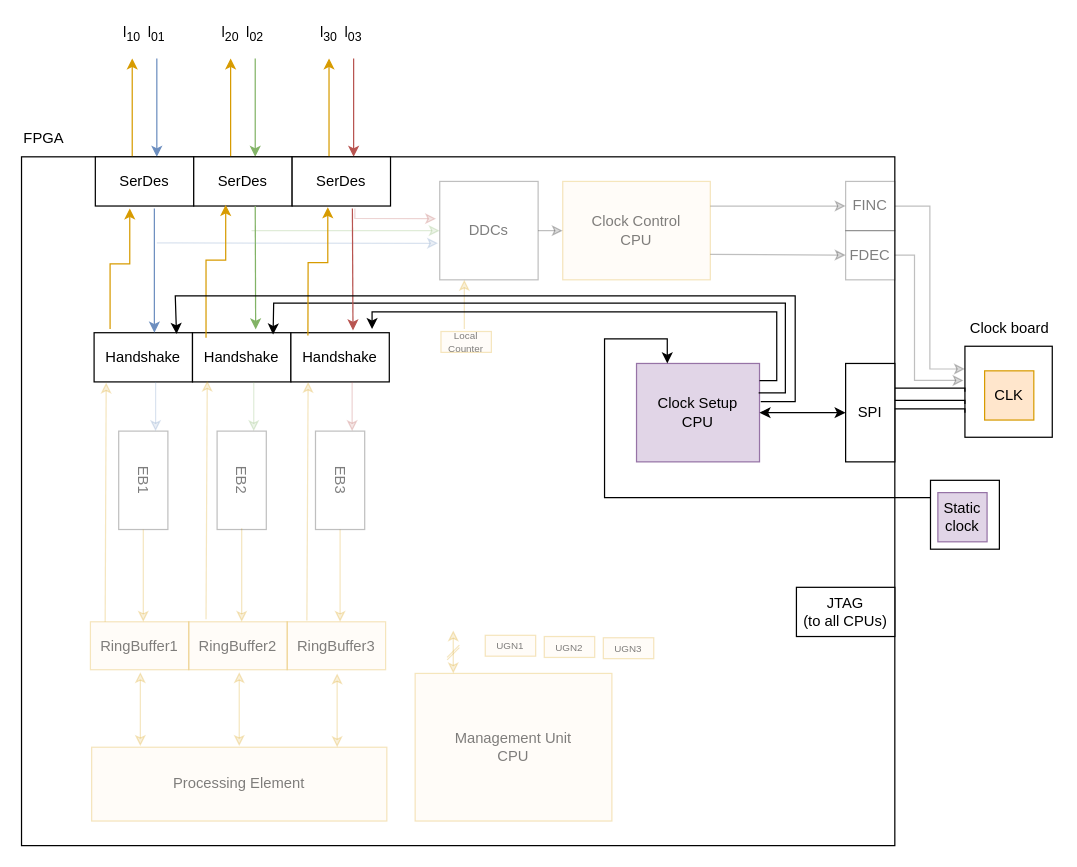
The draw.io diagram docs/diagrams/bittide-boot-diagram.drawio in bittide/bittide-hardware, before the edit. Source tidied: cells renumbered, new cells numbered last; positions are measured from the earlier drawing's top-left corner, leaving out a move shared by most shapes. Both pictures are drawn from the tidied source at 123%, with x=0, y=0 at pixel (21, 21).
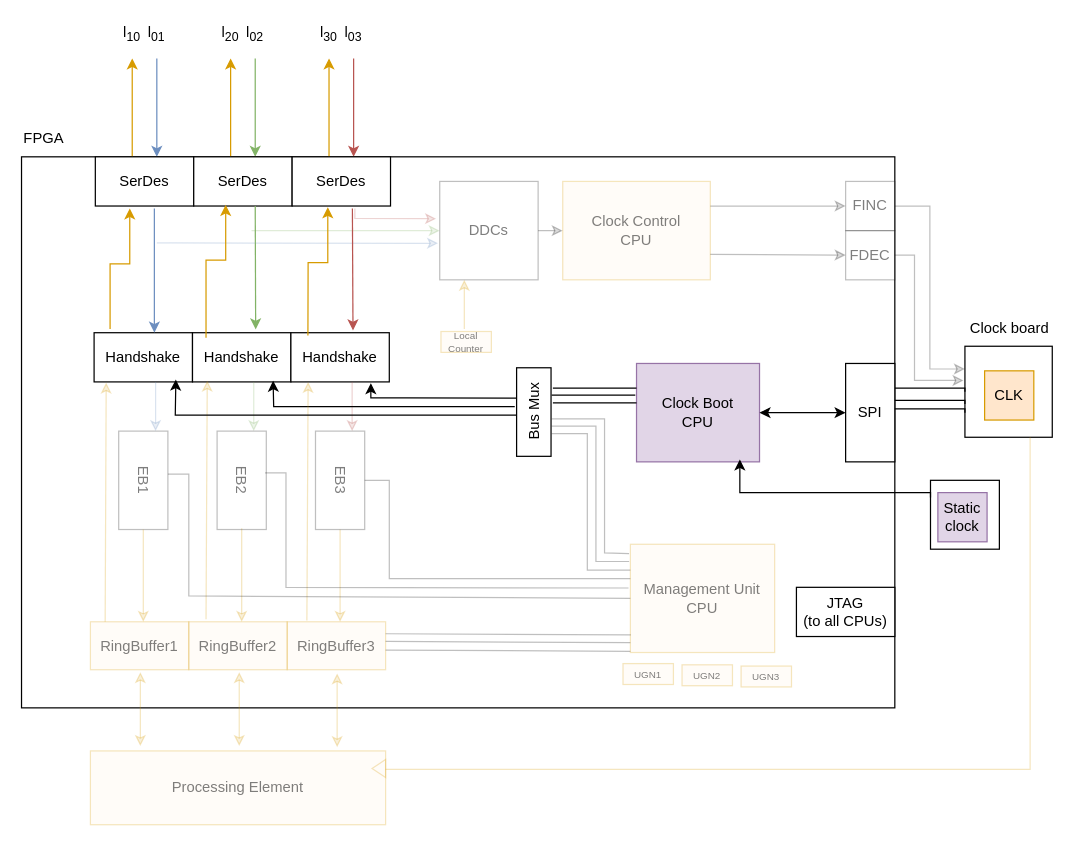
Above is the later version.

Unchanged cells that the change refers to:
```xml
<mxCell id="3" style="rounded=0;whiteSpace=wrap;html=1;fillOpacity=100;strokeOpacity=100;" parent="1" vertex="1">
  <mxGeometry x="739" y="373" width="56" height="56" as="geometry" />
</mxCell>
<mxCell id="15" value="Handshake" style="rounded=0;whiteSpace=wrap;html=1;fillOpacity=100;strokeOpacity=100;" parent="1" vertex="1">
  <mxGeometry x="59" y="253" width="80" height="40" as="geometry" />
</mxCell>
<mxCell id="16" value="Handshake" style="rounded=0;whiteSpace=wrap;html=1;fillOpacity=100;strokeOpacity=100;" parent="1" vertex="1">
  <mxGeometry x="139" y="253" width="80" height="40" as="geometry" />
</mxCell>
<mxCell id="51" value="EB3" style="rounded=0;whiteSpace=wrap;html=1;rotation=90;fillOpacity=15;strokeOpacity=25;textOpacity=50;" parent="1" vertex="1">
  <mxGeometry x="219" y="353" width="80" height="40" as="geometry" />
</mxCell>
<mxCell id="56" value="RingBuffer3" style="rounded=0;whiteSpace=wrap;html=1;fillColor=#ffe6cc;strokeColor=#d79b00;fillOpacity=15;strokeOpacity=25;arcSize=12;textOpacity=50;" parent="1" vertex="1">
  <mxGeometry x="216" y="488" width="80" height="39" as="geometry" />
</mxCell>
```

What changed in the source:
```diff
@@
     <mxCell id="4" style="rounded=0;whiteSpace=wrap;html=1;" parent="1" vertex="1">
-      <mxGeometry y="110" width="710" height="560" as="geometry" />
+      <mxGeometry y="110" width="710" height="448" as="geometry" />
     </mxCell>
@@
-    <mxCell id="43" value="&lt;div&gt;Clock Setup&lt;/div&gt;&lt;div&gt;CPU&lt;/div&gt;" style="rounded=0;whiteSpace=wrap;html=1;fillColor=#e1d5e7;strokeColor=#9673a6;fillOpacity=100;strokeOpacity=100;" parent="1" vertex="1">
+    <mxCell id="43" value="&lt;div&gt;Clock Boot&lt;/div&gt;&lt;div&gt;CPU&lt;/div&gt;" style="rounded=0;whiteSpace=wrap;html=1;fillColor=#e1d5e7;strokeColor=#9673a6;fillOpacity=100;strokeOpacity=100;" parent="1" vertex="1">
       <mxGeometry x="500" y="278" width="100" height="80" as="geometry" />
     </mxCell>
@@
     <mxCell id="52" value="&lt;div&gt;Processing Element&lt;/div&gt;" style="rounded=0;whiteSpace=wrap;html=1;fillColor=#ffe6cc;strokeColor=#d79b00;fillOpacity=15;strokeOpacity=25;arcSize=12;textOpacity=50;" parent="1" vertex="1">
-      <mxGeometry x="57" y="590" width="240" height="60" as="geometry" />
+      <mxGeometry x="56" y="593" width="240" height="60" as="geometry" />
     </mxCell>
@@
     <mxCell id="60" value="&lt;div&gt;Management Unit&lt;/div&gt;&lt;div&gt;CPU&lt;/div&gt;" style="rounded=0;whiteSpace=wrap;html=1;fillColor=#ffe6cc;strokeColor=#d79b00;fillOpacity=15;strokeOpacity=25;textOpacity=50;" parent="1" vertex="1">
-      <mxGeometry x="320" y="530" width="160" height="120" as="geometry" />
+      <mxGeometry x="495" y="425" width="117.3" height="88" as="geometry" />
     </mxCell>
@@
     <mxCell id="62" value="UGN1" style="rounded=0;whiteSpace=wrap;html=1;fillColor=#ffe6cc;strokeColor=#d79b00;fontSize=8;fillOpacity=15;strokeOpacity=25;textOpacity=50;" parent="1" vertex="1">
-      <mxGeometry x="377" y="499" width="41" height="17" as="geometry" />
+      <mxGeometry x="489" y="522" width="41" height="17" as="geometry" />
     </mxCell>
-    <mxCell id="63" style="group;fillOpacity=15;strokeOpacity=25;textOpacity=50;" parent="1" vertex="1">
-      <mxGeometry x="346" y="495" width="10" height="35" as="geometry" />
-    </mxCell>
-    <mxCell id="64" style="endArrow=classic;html=1;rounded=0;fillColor=#ffe6cc;strokeColor=#d79b00;startArrow=classic;startFill=1;fillOpacity=15;strokeOpacity=25;textOpacity=50;" parent="63" edge="1">
-      <mxGeometry relative="1" as="geometry">
-        <mxPoint x="5" as="sourcePoint" />
-        <mxPoint x="5" y="35" as="targetPoint" />
-      </mxGeometry>
-    </mxCell>
-    <mxCell id="65" style="endArrow=none;html=1;rounded=0;fillColor=#ffe6cc;strokeColor=#d79b00;fillOpacity=15;strokeOpacity=25;textOpacity=50;" parent="63" edge="1">
-      <mxGeometry relative="1" as="geometry">
-        <mxPoint y="24" as="sourcePoint" />
-        <mxPoint x="10" y="14" as="targetPoint" />
-      </mxGeometry>
-    </mxCell>
-    <mxCell id="66" style="endArrow=none;html=1;rounded=0;fillColor=#ffe6cc;strokeColor=#d79b00;fillOpacity=15;strokeOpacity=25;textOpacity=50;" parent="63" edge="1">
-      <mxGeometry relative="1" as="geometry">
-        <mxPoint y="22" as="sourcePoint" />
-        <mxPoint x="10" y="12" as="targetPoint" />
-      </mxGeometry>
-    </mxCell>
-    <mxCell id="67" style="edgeStyle=orthogonalEdgeStyle;rounded=0;jettySize=auto;html=1;exitX=0;exitY=0.25;exitDx=0;exitDy=0;entryX=0.25;entryY=0;entryDx=0;entryDy=0;fillOpacity=100;strokeOpacity=100;" parent="1" edge="1" source="3" target="43">
+    <mxCell id="67" style="edgeStyle=orthogonalEdgeStyle;rounded=0;jettySize=auto;html=1;exitX=0;exitY=0.25;exitDx=0;exitDy=0;entryX=0.84;entryY=0.975;entryDx=0;entryDy=0;fillOpacity=100;strokeOpacity=100;entryPerimeter=0;" parent="1" edge="1" source="3" target="43">
       <mxGeometry relative="1" as="geometry">
         <Array as="points">
-          <mxPoint x="474" y="387" />
-          <mxPoint x="474" y="258" />
-          <mxPoint x="525" y="258" />
+          <mxPoint x="739" y="383" />
+          <mxPoint x="584" y="383" />
         </Array>
       </mxGeometry>
     </mxCell>
@@
-    <mxCell id="72" style="endArrow=classic;html=1;rounded=0;exitX=0.993;exitY=0.298;exitDx=0;exitDy=0;exitPerimeter=0;fillOpacity=100;strokeOpacity=100;entryX=0.819;entryY=0.037;entryDx=0;entryDy=0;entryPerimeter=0;" parent="1" edge="1" source="43" target="16">
+    <mxCell id="72" style="endArrow=classic;html=1;rounded=0;fillOpacity=100;strokeOpacity=100;entryX=0.819;entryY=0.975;entryDx=0;entryDy=0;entryPerimeter=0;" parent="1" edge="1" target="16">
       <mxGeometry relative="1" as="geometry">
+        <mxPoint x="401" y="313" as="sourcePoint" />
         <Array as="points">
-          <mxPoint x="621" y="302" />
-          <mxPoint x="621" y="229" />
-          <mxPoint x="205" y="229" />
+          <mxPoint x="327" y="313" />
+          <mxPoint x="334" y="313" />
+          <mxPoint x="205" y="313" />
         </Array>
       </mxGeometry>
     </mxCell>
-    <mxCell id="73" style="endArrow=classic;html=1;rounded=0;fillOpacity=100;strokeOpacity=100;" parent="1" edge="1">
+    <mxCell id="73" style="endArrow=classic;html=1;rounded=0;fillOpacity=100;strokeOpacity=100;exitX=0.656;exitY=0.007;exitDx=0;exitDy=0;exitPerimeter=0;" parent="1" edge="1" source="86">
       <mxGeometry relative="1" as="geometry">
-        <mxPoint x="600" y="292" as="sourcePoint" />
-        <mxPoint x="285" y="250" as="targetPoint" />
+        <mxPoint x="284" y="294" as="targetPoint" />
         <Array as="points">
-          <mxPoint x="614" y="292" />
-          <mxPoint x="614" y="236" />
-          <mxPoint x="285" y="236" />
+          <mxPoint x="313" y="306" />
+          <mxPoint x="284" y="306" />
         </Array>
       </mxGeometry>
     </mxCell>
@@
     <mxCell id="79" value="UGN2" style="rounded=0;whiteSpace=wrap;html=1;fillColor=#ffe6cc;strokeColor=#d79b00;fontSize=8;fillOpacity=15;strokeOpacity=25;textOpacity=50;" parent="1" vertex="1">
-      <mxGeometry x="425" y="500" width="41" height="17" as="geometry" />
+      <mxGeometry x="537" y="523" width="41" height="17" as="geometry" />
     </mxCell>
     <mxCell id="80" value="UGN3" style="rounded=0;whiteSpace=wrap;html=1;fillColor=#ffe6cc;strokeColor=#d79b00;fontSize=8;fillOpacity=15;strokeOpacity=25;textOpacity=50;" parent="1" vertex="1">
-      <mxGeometry x="473" y="501" width="41" height="17" as="geometry" />
+      <mxGeometry x="585" y="524" width="41" height="17" as="geometry" />
     </mxCell>
@@
-    <mxCell id="85" style="endArrow=classic;html=1;rounded=0;fillOpacity=100;strokeOpacity=100;entryX=0.819;entryY=-0.004;entryDx=0;entryDy=0;entryPerimeter=0;exitX=0.995;exitY=0.373;exitDx=0;exitDy=0;exitPerimeter=0;" parent="1" edge="1">
+    <mxCell id="85" style="endArrow=classic;html=1;rounded=0;fillOpacity=100;strokeOpacity=100;entryX=0.831;entryY=0.952;entryDx=0;entryDy=0;entryPerimeter=0;" parent="1" edge="1" target="15">
       <mxGeometry relative="1" as="geometry">
-        <mxPoint x="601" y="309" as="sourcePoint" />
-        <mxPoint x="126" y="254" as="targetPoint" />
+        <mxPoint x="404" y="320" as="sourcePoint" />
         <Array as="points">
-          <mxPoint x="629" y="309" />
-          <mxPoint x="629" y="223" />
-          <mxPoint x="125" y="223" />
+          <mxPoint x="341" y="320" />
+          <mxPoint x="125" y="320" />
         </Array>
       </mxGeometry>
     </mxCell>
+    <mxCell id="86" value="Bus Mux" style="rounded=0;whiteSpace=wrap;html=1;rotation=-90;" parent="1" vertex="1">
+      <mxGeometry x="380.5" y="303.5" width="72" height="28" as="geometry" />
+    </mxCell>
+    <mxCell id="87" style="endArrow=none;html=1;rounded=0;entryX=0;entryY=0.25;entryDx=0;entryDy=0;" parent="1" edge="1" target="43">
+      <mxGeometry relative="1" as="geometry">
+        <mxPoint x="432" y="298" as="sourcePoint" />
+      </mxGeometry>
+    </mxCell>
+    <mxCell id="88" style="endArrow=none;html=1;rounded=0;entryX=0;entryY=0.25;entryDx=0;entryDy=0;" parent="1" edge="1">
+      <mxGeometry relative="1" as="geometry">
+        <mxPoint x="431" y="303.7" as="sourcePoint" />
+        <mxPoint x="499" y="303.7" as="targetPoint" />
+      </mxGeometry>
+    </mxCell>
+    <mxCell id="89" style="endArrow=none;html=1;rounded=0;entryX=0;entryY=0.25;entryDx=0;entryDy=0;" parent="1" edge="1">
+      <mxGeometry relative="1" as="geometry">
+        <mxPoint x="432" y="310" as="sourcePoint" />
+        <mxPoint x="500" y="310" as="targetPoint" />
+      </mxGeometry>
+    </mxCell>
+    <mxCell id="90" style="endArrow=none;html=1;rounded=0;entryX=-0.009;entryY=0.086;entryDx=0;entryDy=0;entryPerimeter=0;fillOpacity=15;strokeOpacity=25;" parent="1" edge="1" target="60">
+      <mxGeometry relative="1" as="geometry">
+        <mxPoint x="431" y="323" as="sourcePoint" />
+        <Array as="points">
+          <mxPoint x="474" y="323" />
+          <mxPoint x="474" y="432" />
+        </Array>
+      </mxGeometry>
+    </mxCell>
+    <mxCell id="91" style="endArrow=none;html=1;rounded=0;fillOpacity=15;strokeOpacity=25;" parent="1" edge="1">
+      <mxGeometry relative="1" as="geometry">
+        <mxPoint x="431" y="329" as="sourcePoint" />
+        <mxPoint x="494" y="439" as="targetPoint" />
+        <Array as="points">
+          <mxPoint x="467" y="329" />
+          <mxPoint x="467" y="439" />
+        </Array>
+      </mxGeometry>
+    </mxCell>
+    <mxCell id="92" style="endArrow=none;html=1;rounded=0;fillOpacity=15;strokeOpacity=25;" parent="1" edge="1">
+      <mxGeometry relative="1" as="geometry">
+        <mxPoint x="431" y="335" as="sourcePoint" />
+        <mxPoint x="495" y="446" as="targetPoint" />
+        <Array as="points">
+          <mxPoint x="460" y="335" />
+          <mxPoint x="460" y="446" />
+        </Array>
+      </mxGeometry>
+    </mxCell>
+    <mxCell id="93" style="endArrow=none;html=1;rounded=0;exitX=1;exitY=0.25;exitDx=0;exitDy=0;entryX=0.003;entryY=0.837;entryDx=0;entryDy=0;entryPerimeter=0;fillOpacity=15;strokeOpacity=25;" parent="1" edge="1" source="56" target="60">
+      <mxGeometry relative="1" as="geometry" />
+    </mxCell>
+    <mxCell id="94" style="endArrow=none;html=1;rounded=0;exitX=1;exitY=0.25;exitDx=0;exitDy=0;entryX=0.003;entryY=0.837;entryDx=0;entryDy=0;entryPerimeter=0;fillOpacity=15;strokeOpacity=25;" parent="1" edge="1">
+      <mxGeometry relative="1" as="geometry">
+        <mxPoint x="296" y="504" as="sourcePoint" />
+        <mxPoint x="495" y="505" as="targetPoint" />
+      </mxGeometry>
+    </mxCell>
+    <mxCell id="95" style="endArrow=none;html=1;rounded=0;exitX=1;exitY=0.25;exitDx=0;exitDy=0;entryX=0.003;entryY=0.837;entryDx=0;entryDy=0;entryPerimeter=0;fillOpacity=15;strokeOpacity=25;" parent="1" edge="1">
+      <mxGeometry relative="1" as="geometry">
+        <mxPoint x="296" y="511" as="sourcePoint" />
+        <mxPoint x="495" y="512" as="targetPoint" />
+      </mxGeometry>
+    </mxCell>
+    <mxCell id="96" style="endArrow=none;html=1;rounded=0;exitX=0.5;exitY=0;exitDx=0;exitDy=0;fillOpacity=15;strokeOpacity=25;" parent="1" edge="1" source="51">
+      <mxGeometry relative="1" as="geometry">
+        <mxPoint x="495" y="453" as="targetPoint" />
+        <Array as="points">
+          <mxPoint x="299" y="373" />
+          <mxPoint x="299" y="453" />
+        </Array>
+      </mxGeometry>
+    </mxCell>
+    <mxCell id="97" style="endArrow=none;html=1;rounded=0;exitX=0.5;exitY=0;exitDx=0;exitDy=0;entryX=-0.013;entryY=0.404;entryDx=0;entryDy=0;entryPerimeter=0;fillOpacity=15;strokeOpacity=25;" parent="1" edge="1" target="60">
+      <mxGeometry relative="1" as="geometry">
+        <mxPoint x="198" y="367" as="sourcePoint" />
+        <Array as="points">
+          <mxPoint x="215" y="367" />
+          <mxPoint x="215" y="460" />
+        </Array>
+      </mxGeometry>
+    </mxCell>
+    <mxCell id="98" style="endArrow=none;html=1;rounded=0;exitX=0.5;exitY=0;exitDx=0;exitDy=0;entryX=0;entryY=0.5;entryDx=0;entryDy=0;fillOpacity=15;strokeOpacity=25;" parent="1" edge="1" target="60">
+      <mxGeometry relative="1" as="geometry">
+        <mxPoint x="119" y="368" as="sourcePoint" />
+        <Array as="points">
+          <mxPoint x="136" y="368" />
+          <mxPoint x="136" y="467" />
+        </Array>
+      </mxGeometry>
+    </mxCell>
+    <mxCell id="99" style="triangle;whiteSpace=wrap;html=1;rotation=-180;strokeOpacity=25;fillColor=#ffe6cc;strokeColor=#d79b00;fillOpacity=0;" parent="1" vertex="1">
+      <mxGeometry x="285" y="600" width="11" height="14.7" as="geometry" />
+    </mxCell>
+    <mxCell id="100" style="endArrow=none;html=1;rounded=0;entryX=0.75;entryY=1;entryDx=0;entryDy=0;exitX=1;exitY=0.25;exitDx=0;exitDy=0;strokeOpacity=25;fillOpacity=15;fillColor=#ffe6cc;strokeColor=#d79b00;" parent="1" edge="1">
+      <mxGeometry relative="1" as="geometry">
+        <mxPoint x="296" y="608" as="sourcePoint" />
+        <mxPoint x="820" y="338" as="targetPoint" />
+        <Array as="points">
+          <mxPoint x="820" y="608" />
+        </Array>
+      </mxGeometry>
+    </mxCell>
```
